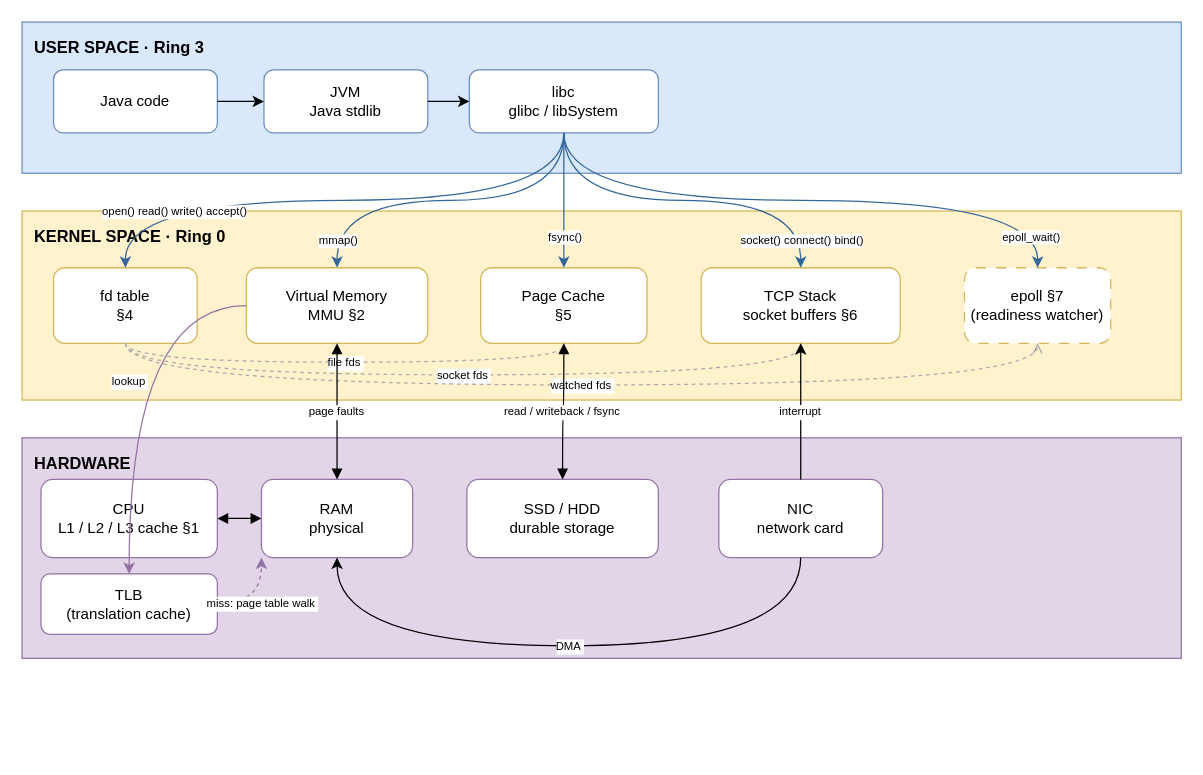
Before: docs/img/machine-diagram.drawio in itch-n/docs, a draw.io diagram. Source tidied: cells renumbered, new cells numbered last; positions are measured from the earlier drawing's top-left corner, leaving out a move shared by most shapes. Both pictures are drawn from the tidied source at 126%, with x=0, y=0 at pixel (21, 21).
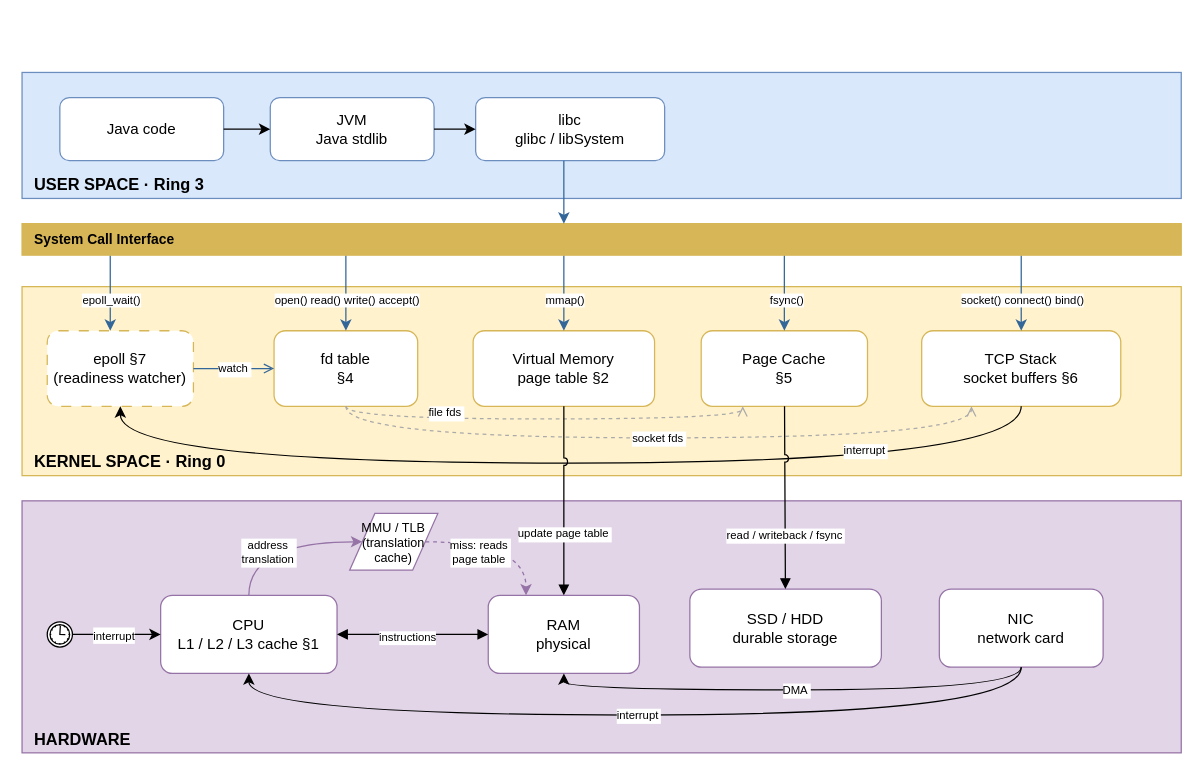
After the change.

Unchanged cells that the change refers to:
```xml
<mxCell id="37" style="edgeStyle=entityRelationEdgeStyle;rounded=0;startArrow=block;startFill=1;endArrow=block;endFill=1;" parent="1" edge="1" source="13" target="14">
  <mxGeometry relative="1" as="geometry" />
</mxCell>
```

What changed in the source:
```diff
@@
-    <mxCell id="2" value="USER SPACE · Ring 3" style="text;html=1;strokeColor=#6c8ebf;fillColor=#dae8fc;align=left;verticalAlign=top;whiteSpace=wrap;rounded=0;fontSize=13;fontStyle=1;spacingLeft=8;spacingTop=6;" parent="1" vertex="1">
-      <mxGeometry width="920" height="120" as="geometry" />
+    <mxCell id="2" value="USER SPACE · Ring 3" style="text;html=1;strokeColor=#6c8ebf;fillColor=#dae8fc;align=left;verticalAlign=bottom;whiteSpace=wrap;rounded=0;fontSize=13;fontStyle=1;spacingLeft=8;spacingTop=6;" parent="1" vertex="1">
+      <mxGeometry y="40" width="920" height="100" as="geometry" />
     </mxCell>
-    <mxCell id="3" value="KERNEL SPACE · Ring 0" style="text;html=1;strokeColor=#d6b656;fillColor=#fff2cc;align=left;verticalAlign=top;whiteSpace=wrap;rounded=0;fontSize=13;fontStyle=1;spacingLeft=8;spacingTop=6;" parent="1" vertex="1">
-      <mxGeometry y="150" width="920" height="150" as="geometry" />
+    <mxCell id="3" value="KERNEL SPACE · Ring 0" style="text;html=1;strokeColor=#d6b656;fillColor=#fff2cc;align=left;verticalAlign=bottom;whiteSpace=wrap;rounded=0;fontSize=13;fontStyle=1;spacingLeft=8;spacingTop=6;" parent="1" vertex="1">
+      <mxGeometry y="210" width="920" height="150" as="geometry" />
     </mxCell>
-    <mxCell id="4" value="HARDWARE" style="text;html=1;strokeColor=#9673a6;fillColor=#e1d5e7;align=left;verticalAlign=top;whiteSpace=wrap;rounded=0;fontSize=13;fontStyle=1;spacingLeft=8;spacingTop=6;" parent="1" vertex="1">
-      <mxGeometry y="330" width="920" height="175" as="geometry" />
+    <mxCell id="4" value="HARDWARE" style="text;html=1;strokeColor=#9673a6;fillColor=#e1d5e7;align=left;verticalAlign=bottom;whiteSpace=wrap;rounded=0;fontSize=13;fontStyle=1;spacingLeft=8;spacingTop=6;" parent="1" vertex="1">
+      <mxGeometry y="380" width="920" height="200" as="geometry" />
     </mxCell>
     <mxCell id="5" value="Java code" style="rounded=1;whiteSpace=wrap;html=1;fillColor=#ffffff;strokeColor=#6c8ebf;" parent="1" vertex="1">
-      <mxGeometry x="25" y="38" width="130" height="50" as="geometry" />
+      <mxGeometry x="30" y="60" width="130" height="50" as="geometry" />
     </mxCell>
     <mxCell id="6" value="JVM&#10;Java stdlib" style="rounded=1;whiteSpace=wrap;html=1;fillColor=#ffffff;strokeColor=#6c8ebf;" parent="1" vertex="1">
-      <mxGeometry x="192" y="38" width="130" height="50" as="geometry" />
+      <mxGeometry x="197" y="60" width="130" height="50" as="geometry" />
     </mxCell>
     <mxCell id="7" value="libc&#10;glibc / libSystem" style="rounded=1;whiteSpace=wrap;html=1;fillColor=#ffffff;strokeColor=#6c8ebf;" parent="1" vertex="1">
-      <mxGeometry x="355" y="38" width="150" height="50" as="geometry" />
+      <mxGeometry x="360" y="60" width="150" height="50" as="geometry" />
     </mxCell>
     <mxCell id="8" value="fd table&#10;§4" style="rounded=1;whiteSpace=wrap;html=1;fillColor=#ffffff;strokeColor=#d6b656;" parent="1" vertex="1">
-      <mxGeometry x="25" y="195" width="114" height="60" as="geometry" />
+      <mxGeometry x="200" y="245" width="114" height="60" as="geometry" />
     </mxCell>
-    <mxCell id="9" value="Virtual Memory&#10;MMU §2" style="rounded=1;whiteSpace=wrap;html=1;fillColor=#ffffff;strokeColor=#d6b656;" parent="1" vertex="1">
-      <mxGeometry x="178" y="195" width="144" height="60" as="geometry" />
+    <mxCell id="9" value="Virtual Memory&#10;page table §2" style="rounded=1;whiteSpace=wrap;html=1;fillColor=#ffffff;strokeColor=#d6b656;" parent="1" vertex="1">
+      <mxGeometry x="358" y="245" width="144" height="60" as="geometry" />
     </mxCell>
     <mxCell id="10" value="Page Cache&#10;§5" style="rounded=1;whiteSpace=wrap;html=1;fillColor=#ffffff;strokeColor=#d6b656;" parent="1" vertex="1">
-      <mxGeometry x="364" y="195" width="132" height="60" as="geometry" />
+      <mxGeometry x="539" y="245" width="132" height="60" as="geometry" />
     </mxCell>
     <mxCell id="11" value="TCP Stack&#10;socket buffers §6" style="rounded=1;whiteSpace=wrap;html=1;fillColor=#ffffff;strokeColor=#d6b656;" parent="1" vertex="1">
-      <mxGeometry x="539" y="195" width="158" height="60" as="geometry" />
+      <mxGeometry x="714" y="245" width="158" height="60" as="geometry" />
     </mxCell>
     <mxCell id="12" value="epoll §7&#10;(readiness watcher)" style="rounded=1;whiteSpace=wrap;html=1;fillColor=#ffffff;strokeColor=#d6b656;dashed=1;dashPattern=8 8;" parent="1" vertex="1">
-      <mxGeometry x="748" y="195" width="116" height="60" as="geometry" />
+      <mxGeometry x="20" y="245" width="116" height="60" as="geometry" />
     </mxCell>
     <mxCell id="13" value="CPU&#10;L1 / L2 / L3 cache §1" style="rounded=1;whiteSpace=wrap;html=1;fillColor=#ffffff;strokeColor=#9673a6;" parent="1" vertex="1">
-      <mxGeometry x="15" y="363" width="140" height="62" as="geometry" />
+      <mxGeometry x="110" y="455" width="140" height="62" as="geometry" />
     </mxCell>
     <mxCell id="14" value="RAM&#10;physical" style="rounded=1;whiteSpace=wrap;html=1;fillColor=#ffffff;strokeColor=#9673a6;" parent="1" vertex="1">
-      <mxGeometry x="190" y="363" width="120" height="62" as="geometry" />
+      <mxGeometry x="370" y="455" width="120" height="62" as="geometry" />
     </mxCell>
     <mxCell id="15" value="SSD / HDD&#10;durable storage" style="rounded=1;whiteSpace=wrap;html=1;fillColor=#ffffff;strokeColor=#9673a6;" parent="1" vertex="1">
-      <mxGeometry x="353" y="363" width="152" height="62" as="geometry" />
+      <mxGeometry x="530" y="450" width="152" height="62" as="geometry" />
     </mxCell>
     <mxCell id="16" value="NIC&#10;network card" style="rounded=1;whiteSpace=wrap;html=1;fillColor=#ffffff;strokeColor=#9673a6;" parent="1" vertex="1">
-      <mxGeometry x="553" y="363" width="130" height="62" as="geometry" />
+      <mxGeometry x="728" y="450" width="130" height="62" as="geometry" />
     </mxCell>
@@
-    <mxCell id="19" style="edgeStyle=orthogonalEdgeStyle;rounded=0;strokeColor=#336699;curved=1;exitX=0.5;exitY=1;exitDx=0;exitDy=0;" parent="1" edge="1" source="7" target="8">
-      <mxGeometry relative="1" as="geometry" />
+    <mxCell id="19" style="rounded=0;strokeColor=#336699;edgeStyle=orthogonalEdgeStyle;" parent="1" edge="1" source="46" target="8">
+      <mxGeometry relative="1" as="geometry">
+        <Array as="points">
+          <mxPoint x="257" y="190" />
+          <mxPoint x="257" y="190" />
+        </Array>
+      </mxGeometry>
     </mxCell>
     <mxCell id="20" value="open() read() write() accept()" style="edgeLabel;html=1;align=center;verticalAlign=middle;fontSize=9;" parent="19" vertex="1">
       <mxGeometry x="0.85" relative="1" as="geometry">
-        <mxPoint x="38" y="-11" as="offset" />
+        <mxPoint y="-21" as="offset" />
       </mxGeometry>
     </mxCell>
-    <mxCell id="21" style="edgeStyle=orthogonalEdgeStyle;rounded=0;strokeColor=#336699;curved=1;exitX=0.5;exitY=1;exitDx=0;exitDy=0;" parent="1" edge="1" source="7" target="9">
-      <mxGeometry relative="1" as="geometry" />
+    <mxCell id="21" style="edgeStyle=orthogonalEdgeStyle;rounded=0;strokeColor=#336699;" parent="1" edge="1" source="46" target="9">
+      <mxGeometry relative="1" as="geometry">
+        <Array as="points">
+          <mxPoint x="430" y="240" />
+          <mxPoint x="430" y="240" />
+        </Array>
+      </mxGeometry>
     </mxCell>
     <mxCell id="22" value="mmap()" style="edgeLabel;html=1;align=center;verticalAlign=middle;fontSize=9;" parent="21" vertex="1">
-      <mxGeometry x="0.85" relative="1" as="geometry" />
+      <mxGeometry x="0.85" relative="1" as="geometry">
+        <mxPoint y="-21" as="offset" />
+      </mxGeometry>
     </mxCell>
-    <mxCell id="23" style="edgeStyle=orthogonalEdgeStyle;rounded=0;strokeColor=#336699;curved=1;exitX=0.5;exitY=1;exitDx=0;exitDy=0;" parent="1" edge="1" source="7" target="10">
-      <mxGeometry relative="1" as="geometry" />
+    <mxCell id="23" style="edgeStyle=orthogonalEdgeStyle;rounded=0;strokeColor=#336699;" parent="1" edge="1" source="46" target="10">
+      <mxGeometry relative="1" as="geometry">
+        <Array as="points">
+          <mxPoint x="605" y="190" />
+          <mxPoint x="605" y="190" />
+        </Array>
+      </mxGeometry>
     </mxCell>
     <mxCell id="24" value="fsync()" style="edgeLabel;html=1;align=center;verticalAlign=middle;fontSize=9;" parent="23" vertex="1">
       <mxGeometry x="0.85" relative="1" as="geometry">
-        <mxPoint y="-17" as="offset" />
+        <mxPoint x="1" y="-21" as="offset" />
       </mxGeometry>
     </mxCell>
-    <mxCell id="25" style="edgeStyle=orthogonalEdgeStyle;rounded=0;strokeColor=#336699;curved=1;exitX=0.5;exitY=1;exitDx=0;exitDy=0;" parent="1" edge="1" source="7" target="11">
-      <mxGeometry relative="1" as="geometry" />
+    <mxCell id="25" style="edgeStyle=orthogonalEdgeStyle;rounded=0;strokeColor=#336699;" parent="1" edge="1" source="46" target="11">
+      <mxGeometry relative="1" as="geometry">
+        <Array as="points">
+          <mxPoint x="793" y="190" />
+          <mxPoint x="793" y="190" />
+        </Array>
+      </mxGeometry>
     </mxCell>
     <mxCell id="26" value="socket() connect() bind()" style="edgeLabel;html=1;align=center;verticalAlign=middle;fontSize=9;" parent="25" vertex="1">
-      <mxGeometry x="0.85" relative="1" as="geometry" />
+      <mxGeometry x="0.85" relative="1" as="geometry">
+        <mxPoint y="-21" as="offset" />
+      </mxGeometry>
     </mxCell>
-    <mxCell id="27" style="edgeStyle=orthogonalEdgeStyle;rounded=0;strokeColor=#336699;curved=1;exitX=0.5;exitY=1;exitDx=0;exitDy=0;" parent="1" edge="1" source="7" target="12">
-      <mxGeometry relative="1" as="geometry" />
+    <mxCell id="27" style="rounded=0;strokeColor=#336699;edgeStyle=orthogonalEdgeStyle;" parent="1" edge="1" source="46" target="12">
+      <mxGeometry relative="1" as="geometry">
+        <Array as="points">
+          <mxPoint x="70" y="230" />
+          <mxPoint x="70" y="230" />
+        </Array>
+      </mxGeometry>
     </mxCell>
     <mxCell id="28" value="epoll_wait()" style="edgeLabel;html=1;align=center;verticalAlign=middle;fontSize=9;" parent="27" vertex="1">
       <mxGeometry x="0.85" relative="1" as="geometry">
-        <mxPoint x="-6" y="11" as="offset" />
+        <mxPoint y="-21" as="offset" />
       </mxGeometry>
     </mxCell>
-    <mxCell id="29" value="file fds" style="edgeStyle=orthogonalEdgeStyle;rounded=0;dashed=1;endArrow=open;endFill=0;strokeColor=#aaaaaa;curved=1;fontSize=9;" parent="1" edge="1" source="8" target="10">
-      <mxGeometry relative="1" as="geometry">
-        <Array as="points">
-          <mxPoint x="82" y="270" />
-          <mxPoint x="430" y="270" />
-        </Array>
-      </mxGeometry>
+    <mxCell id="29" value="file fds" style="edgeStyle=orthogonalEdgeStyle;rounded=0;dashed=1;endArrow=open;endFill=0;strokeColor=#aaaaaa;curved=1;fontSize=9;entryX=0.25;entryY=1;entryDx=0;entryDy=0;exitX=0.5;exitY=1;exitDx=0;exitDy=0;" parent="1" edge="1" source="8" target="10">
+      <mxGeometry x="-0.47" y="5" relative="1" as="geometry" />
     </mxCell>
-    <mxCell id="30" value="socket fds" style="edgeStyle=orthogonalEdgeStyle;rounded=0;dashed=1;endArrow=open;endFill=0;strokeColor=#aaaaaa;curved=1;fontSize=9;" parent="1" edge="1" source="8" target="11">
+    <mxCell id="30" value="socket fds" style="edgeStyle=orthogonalEdgeStyle;rounded=0;dashed=1;endArrow=open;endFill=0;strokeColor=#aaaaaa;curved=1;fontSize=9;entryX=0.25;entryY=1;entryDx=0;entryDy=0;exitX=0.5;exitY=1;exitDx=0;exitDy=0;" parent="1" edge="1" source="8" target="11">
       <mxGeometry relative="1" as="geometry">
         <Array as="points">
-          <mxPoint x="82" y="280" />
-          <mxPoint x="618" y="280" />
+          <mxPoint x="257" y="330" />
+          <mxPoint x="754" y="330" />
         </Array>
       </mxGeometry>
     </mxCell>
-    <mxCell id="31" value="watched fds" style="edgeStyle=orthogonalEdgeStyle;rounded=0;dashed=1;endArrow=open;endFill=0;strokeColor=#aaaaaa;curved=1;fontSize=9;" parent="1" edge="1" source="8" target="12">
-      <mxGeometry relative="1" as="geometry">
-        <Array as="points">
-          <mxPoint x="82" y="288" />
-          <mxPoint x="806" y="288" />
-        </Array>
-      </mxGeometry>
+    <mxCell id="31" value="watch" style="edgeStyle=orthogonalEdgeStyle;rounded=0;endArrow=open;endFill=0;strokeColor=#336699;curved=1;fontSize=9;" parent="1" edge="1" source="12" target="8">
+      <mxGeometry relative="1" as="geometry" />
     </mxCell>
-    <mxCell id="32" value="page faults" style="edgeStyle=orthogonalEdgeStyle;rounded=0;startArrow=block;startFill=1;endArrow=block;endFill=1;fontSize=9;curved=1;" parent="1" edge="1" source="9" target="14">
-      <mxGeometry relative="1" as="geometry" />
-    </mxCell>
-    <mxCell id="33" value="TLB&#10;(translation cache)" style="rounded=1;whiteSpace=wrap;html=1;fillColor=#ffffff;strokeColor=#9673a6;" parent="1" vertex="1">
-      <mxGeometry x="15" y="438" width="140" height="48" as="geometry" />
-    </mxCell>
-    <mxCell id="34" value="lookup" style="edgeStyle=orthogonalEdgeStyle;rounded=0;strokeColor=#9673a6;curved=1;fontSize=9;exitX=0;exitY=0.5;exitDx=0;exitDy=0;entryX=0.5;entryY=0;entryDx=0;entryDy=0;" parent="1" edge="1" source="9" target="33">
-      <mxGeometry relative="1" as="geometry" />
-    </mxCell>
-    <mxCell id="35" value="miss: page table walk" style="edgeStyle=orthogonalEdgeStyle;rounded=0;strokeColor=#9673a6;dashed=1;curved=1;fontSize=9;exitX=1;exitY=0.5;exitDx=0;exitDy=0;entryX=0;entryY=1;entryDx=0;entryDy=0;" parent="1" edge="1" source="33" target="14">
-      <mxGeometry relative="1" as="geometry" />
+    <mxCell id="35" value="miss: reads&#10;page table" style="rounded=0;strokeColor=#9673a6;dashed=1;fontSize=9;exitX=1;exitY=0.5;exitDx=0;exitDy=0;entryX=0.25;entryY=0;entryDx=0;entryDy=0;curved=1;edgeStyle=orthogonalEdgeStyle;" parent="1" edge="1" source="41" target="14">
+      <mxGeometry x="-0.29" y="-7" relative="1" as="geometry">
+        <mxPoint y="1" as="offset" />
+      </mxGeometry>
     </mxCell>
-    <mxCell id="36" value="read / writeback / fsync" style="edgeStyle=orthogonalEdgeStyle;rounded=0;startArrow=block;startFill=1;endArrow=block;endFill=1;fontSize=9;curved=1;" parent="1" edge="1" source="10" target="15">
-      <mxGeometry relative="1" as="geometry" />
-    </mxCell>
@@
+    <mxCell id="40" value="instructions" style="edgeLabel;html=1;align=center;verticalAlign=middle;fontSize=9;" parent="37" vertex="1">
+      <mxGeometry x="-0.08" y="-2" relative="1" as="geometry" />
+    </mxCell>
     <mxCell id="38" value="DMA" style="edgeStyle=orthogonalEdgeStyle;rounded=0;fontSize=9;curved=1;exitX=0.5;exitY=1;exitDx=0;exitDy=0;entryX=0.5;entryY=1;entryDx=0;entryDy=0;" parent="1" edge="1" source="16" target="14">
       <mxGeometry relative="1" as="geometry">
         <Array as="points">
-          <mxPoint x="618" y="495" />
-          <mxPoint x="250" y="495" />
+          <mxPoint x="793" y="530" />
+          <mxPoint x="430" y="530" />
         </Array>
       </mxGeometry>
     </mxCell>
-    <mxCell id="39" value="interrupt" style="edgeStyle=orthogonalEdgeStyle;rounded=0;fontSize=9;curved=1;" parent="1" edge="1" source="16" target="11">
-      <mxGeometry relative="1" as="geometry" />
+    <mxCell id="39" value="interrupt" style="edgeStyle=orthogonalEdgeStyle;rounded=0;fontSize=9;curved=1;entryX=0.5;entryY=1;entryDx=0;entryDy=0;exitX=0.5;exitY=1;exitDx=0;exitDy=0;" parent="1" edge="1" source="16" target="13">
+      <mxGeometry relative="1" as="geometry">
+        <Array as="points">
+          <mxPoint x="793" y="550" />
+          <mxPoint x="180" y="550" />
+        </Array>
+      </mxGeometry>
     </mxCell>
+    <mxCell id="41" value="MMU / TLB&lt;br style=&quot;font-size: 10px;&quot;&gt;(translation cache)" style="shape=parallelogram;perimeter=parallelogramPerimeter;whiteSpace=wrap;html=1;fixedSize=1;strokeColor=#9673A6;fontSize=10;" parent="1" vertex="1">
+      <mxGeometry x="260" y="390" width="70" height="45" as="geometry" />
+    </mxCell>
+    <mxCell id="42" value="address&#10;translation" style="rounded=0;strokeColor=#9673a6;fontSize=9;exitX=0.5;exitY=0;exitDx=0;exitDy=0;edgeStyle=orthogonalEdgeStyle;entryX=0;entryY=0.5;entryDx=0;entryDy=0;curved=1;" parent="1" edge="1" source="13" target="41">
+      <mxGeometry x="-0.14" y="-7" relative="1" as="geometry">
+        <Array as="points">
+          <mxPoint x="180" y="413" />
+        </Array>
+        <mxPoint x="1" y="1" as="offset" />
+      </mxGeometry>
+    </mxCell>
+    <mxCell id="43" style="edgeStyle=orthogonalEdgeStyle;rounded=0;jettySize=auto;html=1;" parent="1" edge="1" source="45" target="13">
+      <mxGeometry relative="1" as="geometry" />
+    </mxCell>
+    <mxCell id="44" value="&lt;font style=&quot;font-size: 9px;&quot;&gt;interrupt&lt;/font&gt;" style="edgeLabel;html=1;align=center;verticalAlign=middle;" parent="43" vertex="1">
+      <mxGeometry x="-0.09" relative="1" as="geometry" />
+    </mxCell>
+    <mxCell id="45" style="points=[[0.145,0.145,0],[0.5,0,0],[0.855,0.145,0],[1,0.5,0],[0.855,0.855,0],[0.5,1,0],[0.145,0.855,0],[0,0.5,0]];shape=mxgraph.bpmn.event;html=1;verticalLabelPosition=bottom;labelBackgroundColor=#ffffff;verticalAlign=top;align=center;perimeter=ellipsePerimeter;outlineConnect=0;outline=standard;symbol=timer;" parent="1" vertex="1">
+      <mxGeometry x="20" y="476" width="20" height="20" as="geometry" />
+    </mxCell>
+    <mxCell id="46" value="System Call Interface" style="text;html=1;strokeColor=#d6b656;fillColor=#D6B656;align=left;verticalAlign=top;whiteSpace=wrap;rounded=0;fontSize=11;fontStyle=1;spacingLeft=8;spacingTop=0;" parent="1" vertex="1">
+      <mxGeometry y="160" width="920" height="25" as="geometry" />
+    </mxCell>
+    <mxCell id="47" style="edgeStyle=orthogonalEdgeStyle;rounded=0;strokeColor=#336699;" parent="1" edge="1" source="7" target="46">
+      <mxGeometry relative="1" as="geometry">
+        <Array as="points">
+          <mxPoint x="430" y="130" />
+          <mxPoint x="430" y="130" />
+        </Array>
+      </mxGeometry>
+    </mxCell>
+    <mxCell id="48" value="interrupt" style="edgeStyle=orthogonalEdgeStyle;rounded=0;fontSize=9;curved=1;entryX=0.5;entryY=1;entryDx=0;entryDy=0;exitX=0.5;exitY=1;exitDx=0;exitDy=0;" parent="1" edge="1" source="11" target="12">
+      <mxGeometry x="-0.58" y="-10" relative="1" as="geometry">
+        <Array as="points">
+          <mxPoint x="793" y="350" />
+          <mxPoint x="78" y="350" />
+        </Array>
+      </mxGeometry>
+    </mxCell>
+    <mxCell id="49" style="endArrow=none;html=1;rounded=0;jumpStyle=none;strokeColor=none;" parent="1" edge="1">
+      <mxGeometry relative="1" as="geometry">
+        <mxPoint x="20" y="355" as="sourcePoint" />
+        <mxPoint x="900" y="342" as="targetPoint" />
+      </mxGeometry>
+    </mxCell>
+    <mxCell id="32" value="update page table" style="rounded=0;startArrow=none;startFill=0;endArrow=block;endFill=1;fontSize=9;jumpStyle=arc;" parent="1" edge="1" source="9" target="14">
+      <mxGeometry x="0.35" relative="1" as="geometry" />
+    </mxCell>
+    <mxCell id="36" value="read / writeback / fsync" style="rounded=0;startArrow=none;startFill=0;endArrow=block;endFill=1;fontSize=9;jumpStyle=arc;" parent="1" edge="1" source="10" target="15">
+      <mxGeometry x="0.4" relative="1" as="geometry" />
+    </mxCell>
```
